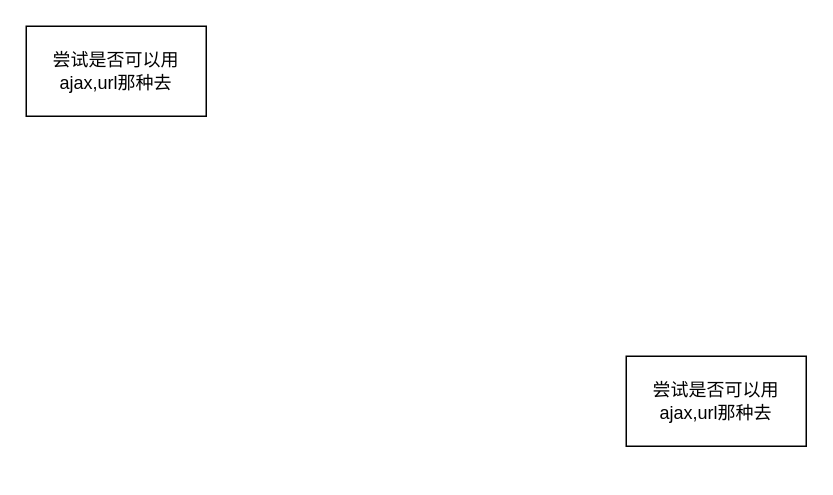
Before: todo/temp.drawio in Canwaiting/note, a draw.io diagram. Source tidied: cells renumbered, new cells numbered last; positions are measured from the earlier drawing's top-left corner, leaving out a move shared by most shapes. Both pictures are drawn from the tidied source at 150%, with x=0, y=0 at pixel (26, 26).
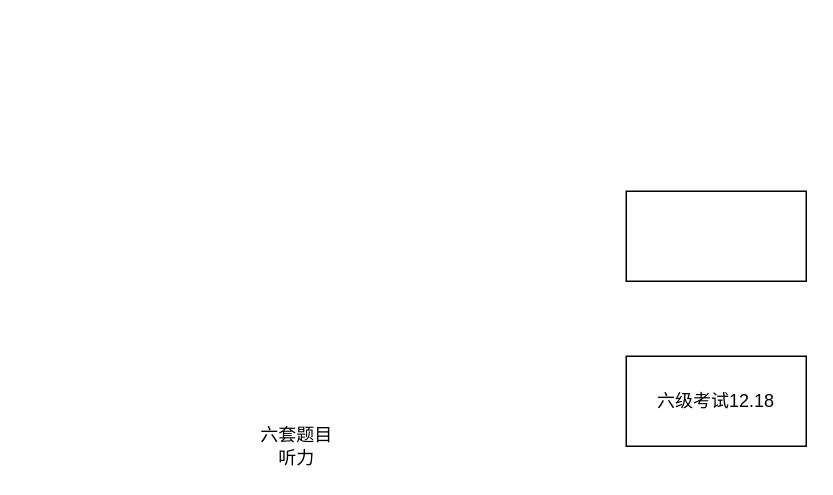
Above is the later version.

The edit, as a diff of the source:
```diff
@@
 <mxGraphModel background="#FFFFFF">
   <root>
     <mxCell id="0" />
     <mxCell id="1" parent="0" />
-    <mxCell id="2" value="尝试是否可以用ajax,url那种去" style="whiteSpace=wrap;html=1;" parent="1" vertex="1">
-      <mxGeometry width="120" height="60" as="geometry" />
-    </mxCell>
-    <mxCell id="3" value="尝试是否可以用ajax,url那种去" style="whiteSpace=wrap;html=1;" parent="1" vertex="1">
+    <mxCell id="3" value="六级考试12.18" style="whiteSpace=wrap;html=1;" parent="1" vertex="1">
       <mxGeometry x="400" y="220" width="120" height="60" as="geometry" />
     </mxCell>
+    <mxCell id="4" style="whiteSpace=wrap;html=1;" parent="1" vertex="1">
+      <mxGeometry x="400" y="110" width="120" height="60" as="geometry" />
+    </mxCell>
+    <mxCell id="5" value="&lt;font color=&quot;#000000&quot;&gt;六套题目&lt;br&gt;听力&lt;br&gt;&lt;/font&gt;" style="text;html=1;align=center;verticalAlign=middle;strokeColor=none;" parent="1" vertex="1">
+      <mxGeometry x="150" y="265" width="60" height="30" as="geometry" />
+    </mxCell>
   </root>
 </mxGraphModel>
```
